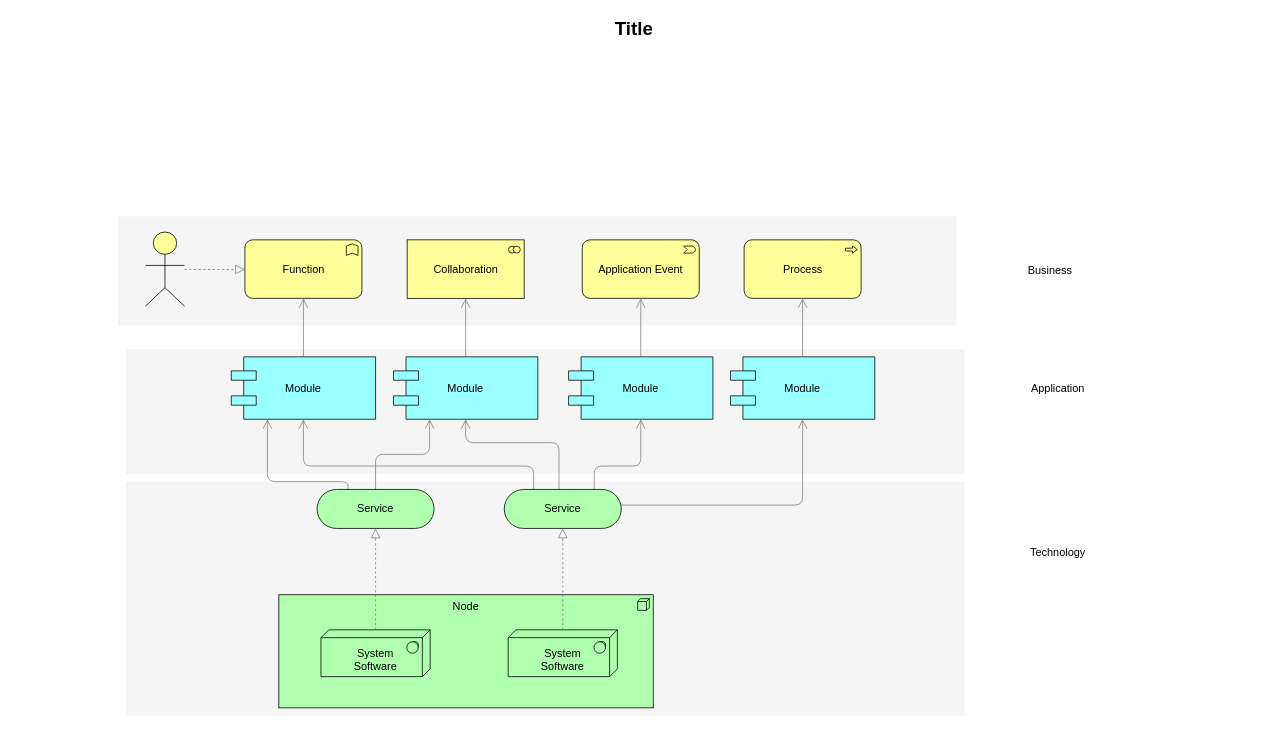
Above: 未命名绘图.drawio in kenllf/UML (draw.io), before the change. Source tidied: cells renumbered, new cells numbered last; positions are measured from the earlier drawing's top-left corner, leaving out a move shared by most shapes. Both pictures are drawn from the tidied source at 78%, with x=0, y=0 at pixel (13, 13).
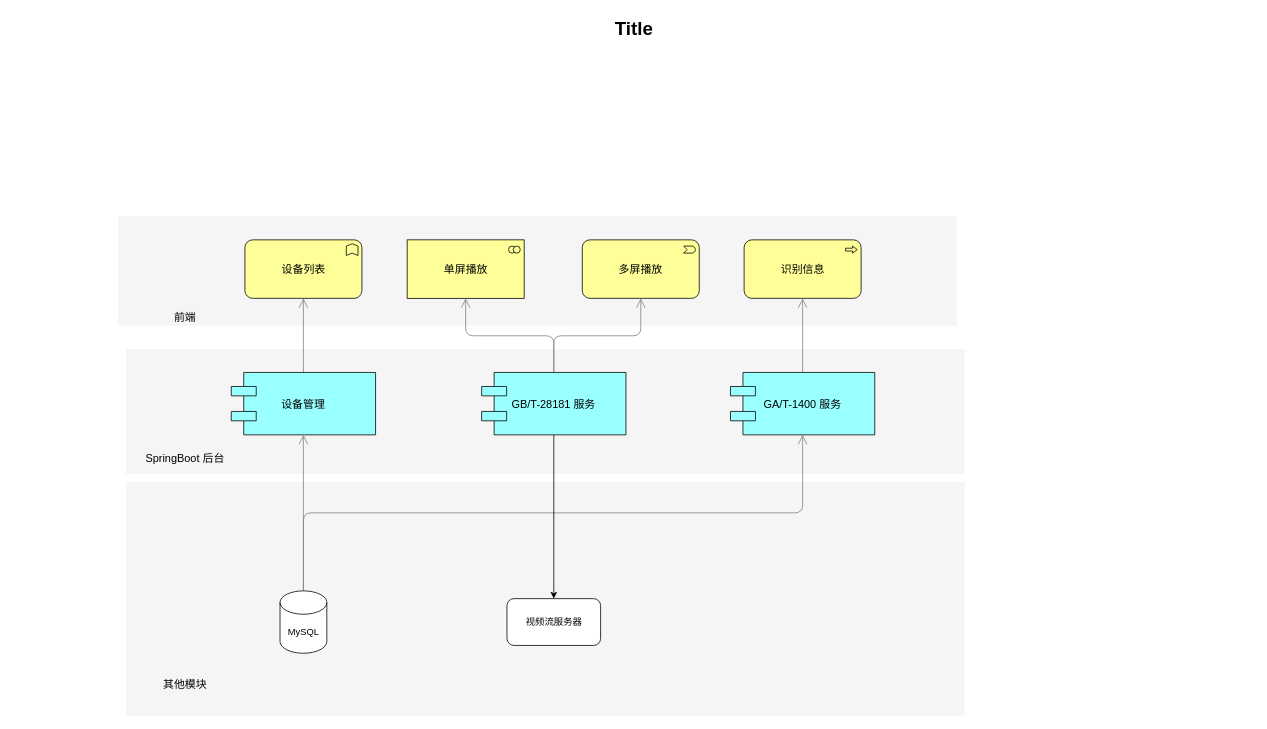
The same diagram, later.

Commit message:
更新未命名绘图.drawio

Diff of the diagram source:
```diff
@@
-    <mxCell id="5" value="Node" style="html=1;whiteSpace=wrap;fillColor=#AFFFAF;shape=mxgraph.archimate3.application;appType=node;archiType=square;fontSize=14;verticalAlign=top;" parent="1" vertex="1">
-      <mxGeometry x="340" y="745" width="480" height="145" as="geometry" />
-    </mxCell>
-    <mxCell id="6" style="edgeStyle=elbowEdgeStyle;rounded=1;elbow=vertical;html=1;startSize=10;endArrow=block;endFill=0;endSize=10;jettySize=auto;strokeColor=#808080;fontSize=14;dashed=1;" parent="1" edge="1" source="7" target="12">
-      <mxGeometry relative="1" as="geometry" />
-    </mxCell>
-    <mxCell id="7" value="&lt;div&gt;&lt;br&gt;&lt;/div&gt;System&lt;div&gt;Software&lt;/div&gt;" style="html=1;whiteSpace=wrap;fillColor=#AFFFAF;shape=mxgraph.archimate3.tech;techType=sysSw;fontSize=14;" parent="1" vertex="1">
-      <mxGeometry x="394" y="790" width="140" height="60" as="geometry" />
-    </mxCell>
-    <mxCell id="8" style="edgeStyle=elbowEdgeStyle;rounded=1;elbow=vertical;html=1;startSize=10;endArrow=block;endFill=0;endSize=10;jettySize=auto;strokeColor=#808080;fontSize=14;dashed=1;" parent="1" edge="1" source="9" target="17">
-      <mxGeometry relative="1" as="geometry" />
-    </mxCell>
-    <mxCell id="9" value="&lt;div&gt;&lt;br&gt;&lt;/div&gt;&lt;div&gt;&lt;span&gt;System&lt;/span&gt;&lt;div&gt;Software&lt;/div&gt;&lt;/div&gt;" style="html=1;whiteSpace=wrap;fillColor=#AFFFAF;shape=mxgraph.archimate3.tech;techType=sysSw;fontSize=14;" parent="1" vertex="1">
-      <mxGeometry x="634" y="790" width="140" height="60" as="geometry" />
-    </mxCell>
-    <mxCell id="10" style="edgeStyle=elbowEdgeStyle;rounded=1;elbow=vertical;html=1;startSize=10;endArrow=open;endFill=0;endSize=10;jettySize=auto;strokeColor=#808080;fontSize=14;entryX=0.25;entryY=1;" parent="1" edge="1" source="12" target="21">
-      <mxGeometry relative="1" as="geometry" />
-    </mxCell>
-    <mxCell id="11" style="edgeStyle=elbowEdgeStyle;rounded=1;elbow=vertical;html=1;startSize=10;endArrow=open;endFill=0;endSize=10;jettySize=auto;strokeColor=#808080;fontSize=14;entryX=0.25;entryY=1;exitX=0.265;exitY=0.007;exitPerimeter=0;" parent="1" edge="1" source="12" target="19">
-      <mxGeometry relative="1" as="geometry">
-        <Array as="points">
-          <mxPoint x="372" y="600" />
-        </Array>
-      </mxGeometry>
-    </mxCell>
-    <mxCell id="12" value="Service" style="html=1;whiteSpace=wrap;fillColor=#AFFFAF;shape=mxgraph.archimate3.service;fontSize=14;" parent="1" vertex="1">
-      <mxGeometry x="389" y="610" width="150" height="50" as="geometry" />
-    </mxCell>
-    <mxCell id="13" style="edgeStyle=elbowEdgeStyle;rounded=1;elbow=vertical;html=1;startSize=10;endArrow=open;endFill=0;endSize=10;jettySize=auto;strokeColor=#808080;fontSize=14;" parent="1" edge="1" source="17" target="25">
-      <mxGeometry relative="1" as="geometry">
-        <Array as="points">
-          <mxPoint x="859" y="630" />
-        </Array>
-      </mxGeometry>
+    <mxCell id="13" style="edgeStyle=elbowEdgeStyle;rounded=1;elbow=vertical;html=1;startSize=10;endArrow=open;endFill=0;endSize=10;jettySize=auto;strokeColor=#808080;fontSize=14;" parent="1" edge="1" source="38" target="25">
+      <mxGeometry relative="1" as="geometry" />
     </mxCell>
-    <mxCell id="14" style="edgeStyle=elbowEdgeStyle;rounded=1;elbow=vertical;html=1;startSize=10;endArrow=open;endFill=0;endSize=10;jettySize=auto;strokeColor=#808080;fontSize=14;entryX=0.5;entryY=1;exitX=0.769;exitY=0.025;exitPerimeter=0;" parent="1" edge="1" source="17" target="23">
-      <mxGeometry relative="1" as="geometry">
-        <Array as="points">
-          <mxPoint x="759" y="580" />
-        </Array>
-      </mxGeometry>
-    </mxCell>
-    <mxCell id="15" style="edgeStyle=elbowEdgeStyle;rounded=1;elbow=vertical;html=1;startSize=10;endArrow=open;endFill=0;endSize=10;jettySize=auto;strokeColor=#808080;fontSize=14;entryX=0.5;entryY=1;exitX=0.468;exitY=0.025;exitPerimeter=0;" parent="1" edge="1" source="17" target="21">
-      <mxGeometry relative="1" as="geometry">
-        <Array as="points">
-          <mxPoint x="649" y="550" />
-        </Array>
-      </mxGeometry>
-    </mxCell>
-    <mxCell id="16" style="edgeStyle=elbowEdgeStyle;rounded=1;elbow=vertical;html=1;startSize=10;endArrow=open;endFill=0;endSize=10;jettySize=auto;strokeColor=#808080;fontSize=14;exitX=0.251;exitY=0.002;exitPerimeter=0;" parent="1" edge="1" source="17" target="19">
-      <mxGeometry relative="1" as="geometry">
-        <Array as="points">
-          <mxPoint x="539" y="580" />
-        </Array>
-      </mxGeometry>
-    </mxCell>
-    <mxCell id="17" value="Service" style="html=1;whiteSpace=wrap;fillColor=#AFFFAF;shape=mxgraph.archimate3.service;fontSize=14;" parent="1" vertex="1">
-      <mxGeometry x="629" y="610" width="150" height="50" as="geometry" />
-    </mxCell>
@@
-    <mxCell id="19" value="Module" style="shape=component;align=center;fillColor=#99ffff;gradientColor=none;fontSize=14;" parent="1" vertex="1">
-      <mxGeometry x="279" y="440" width="185" height="80" as="geometry" />
+    <mxCell id="19" value="设备管理" style="shape=component;align=center;fillColor=#99ffff;gradientColor=none;fontSize=14;" parent="1" vertex="1">
+      <mxGeometry x="279" y="460" width="185" height="80" as="geometry" />
     </mxCell>
@@
+    <mxCell id="36" style="edgeStyle=orthogonalEdgeStyle;rounded=0;jettySize=auto;html=1;" parent="1" edge="1" source="21" target="39">
+      <mxGeometry relative="1" as="geometry" />
+    </mxCell>
-    <mxCell id="21" value="Module" style="shape=component;align=center;fillColor=#99ffff;gradientColor=none;fontSize=14;" parent="1" vertex="1">
-      <mxGeometry x="487" y="440" width="185" height="80" as="geometry" />
+    <mxCell id="21" value="GB/T-28181 服务" style="shape=component;align=center;fillColor=#99ffff;gradientColor=none;fontSize=14;" parent="1" vertex="1">
+      <mxGeometry x="600" y="460" width="185" height="80" as="geometry" />
     </mxCell>
-    <mxCell id="22" style="edgeStyle=elbowEdgeStyle;rounded=1;elbow=vertical;html=1;startSize=10;endArrow=open;endFill=0;endSize=10;jettySize=auto;strokeColor=#808080;fontSize=14;" parent="1" edge="1" source="23" target="28">
+    <mxCell id="22" style="edgeStyle=elbowEdgeStyle;rounded=1;elbow=vertical;html=1;startSize=10;endArrow=open;endFill=0;endSize=10;jettySize=auto;strokeColor=#808080;fontSize=14;exitX=0.5;exitY=0;exitDx=0;exitDy=0;" parent="1" edge="1" source="21" target="28">
       <mxGeometry relative="1" as="geometry" />
     </mxCell>
-    <mxCell id="23" value="Module" style="shape=component;align=center;fillColor=#99ffff;gradientColor=none;fontSize=14;" parent="1" vertex="1">
-      <mxGeometry x="711.5" y="440" width="185" height="80" as="geometry" />
-    </mxCell>
@@
-    <mxCell id="25" value="Module" style="shape=component;align=center;fillColor=#99ffff;gradientColor=none;fontSize=14;" parent="1" vertex="1">
-      <mxGeometry x="919" y="440" width="185" height="80" as="geometry" />
+    <mxCell id="25" value="GA/T-1400 服务" style="shape=component;align=center;fillColor=#99ffff;gradientColor=none;fontSize=14;" parent="1" vertex="1">
+      <mxGeometry x="919" y="460" width="185" height="80" as="geometry" />
     </mxCell>
-    <mxCell id="26" value="Function" style="html=1;whiteSpace=wrap;fillColor=#ffff99;shape=mxgraph.archimate3.application;appType=func;archiType=rounded;fontSize=14;" parent="1" vertex="1">
+    <mxCell id="26" value="设备列表" style="html=1;whiteSpace=wrap;fillColor=#ffff99;shape=mxgraph.archimate3.application;appType=func;archiType=rounded;fontSize=14;" parent="1" vertex="1">
       <mxGeometry x="296.5" y="290" width="150" height="75" as="geometry" />
     </mxCell>
-    <mxCell id="27" value="Collaboration" style="html=1;whiteSpace=wrap;fillColor=#ffff99;shape=mxgraph.archimate3.application;appType=collab;archiType=square;fontSize=14;" parent="1" vertex="1">
+    <mxCell id="27" value="单屏播放" style="html=1;whiteSpace=wrap;fillColor=#ffff99;shape=mxgraph.archimate3.application;appType=collab;archiType=square;fontSize=14;" parent="1" vertex="1">
       <mxGeometry x="504.5" y="290" width="150" height="75" as="geometry" />
     </mxCell>
-    <mxCell id="28" value="Application Event" style="html=1;whiteSpace=wrap;fillColor=#ffff99;shape=mxgraph.archimate3.application;appType=event;archiType=rounded;fontSize=14;" parent="1" vertex="1">
+    <mxCell id="28" value="多屏播放" style="html=1;whiteSpace=wrap;fillColor=#ffff99;shape=mxgraph.archimate3.application;appType=event;archiType=rounded;fontSize=14;" parent="1" vertex="1">
       <mxGeometry x="729" y="290" width="150" height="75" as="geometry" />
     </mxCell>
-    <mxCell id="29" value="Process" style="html=1;whiteSpace=wrap;fillColor=#ffff99;shape=mxgraph.archimate3.application;appType=proc;archiType=rounded;fontSize=14;" parent="1" vertex="1">
+    <mxCell id="29" value="识别信息" style="html=1;whiteSpace=wrap;fillColor=#ffff99;shape=mxgraph.archimate3.application;appType=proc;archiType=rounded;fontSize=14;" parent="1" vertex="1">
       <mxGeometry x="936.5" y="290" width="150" height="75" as="geometry" />
     </mxCell>
-    <mxCell id="30" value="Technology" style="text;html=1;strokeColor=none;fillColor=none;align=center;verticalAlign=middle;whiteSpace=wrap;fontSize=14;" parent="1" vertex="1">
-      <mxGeometry x="1219" y="681" width="240" height="20" as="geometry" />
+    <mxCell id="30" value="其他模块" style="text;html=1;strokeColor=none;fillColor=none;align=center;verticalAlign=middle;whiteSpace=wrap;fontSize=14;" parent="1" vertex="1">
+      <mxGeometry x="100" y="850" width="240" height="20" as="geometry" />
     </mxCell>
-    <mxCell id="31" value="Application" style="text;html=1;strokeColor=none;fillColor=none;align=center;verticalAlign=middle;whiteSpace=wrap;fontSize=14;" parent="1" vertex="1">
-      <mxGeometry x="1219" y="471" width="240" height="20" as="geometry" />
+    <mxCell id="31" value="SpringBoot 后台" style="text;html=1;strokeColor=none;fillColor=none;align=center;verticalAlign=middle;whiteSpace=wrap;fontSize=14;" parent="1" vertex="1">
+      <mxGeometry x="100" y="560" width="240" height="20" as="geometry" />
     </mxCell>
-    <mxCell id="32" value="Business" style="text;html=1;strokeColor=none;fillColor=none;align=center;verticalAlign=middle;whiteSpace=wrap;fontSize=14;" parent="1" vertex="1">
-      <mxGeometry x="1209" y="319" width="240" height="20" as="geometry" />
+    <mxCell id="32" value="前端" style="text;html=1;strokeColor=none;fillColor=none;align=center;verticalAlign=middle;whiteSpace=wrap;fontSize=14;" parent="1" vertex="1">
+      <mxGeometry x="100" y="380" width="240" height="20" as="geometry" />
     </mxCell>
-    <mxCell id="33" style="edgeStyle=elbowEdgeStyle;rounded=1;elbow=vertical;html=1;dashed=1;startSize=10;endArrow=block;endFill=0;endSize=10;jettySize=auto;strokeColor=#808080;fontSize=14;" parent="1" edge="1" source="34" target="26">
-      <mxGeometry relative="1" as="geometry" />
-    </mxCell>
-    <mxCell id="34" style="html=1;whiteSpace=wrap;fillColor=#ffff99;shape=mxgraph.archimate3.actor;fontSize=14;" parent="1" vertex="1">
-      <mxGeometry x="169" y="280" width="50" height="95" as="geometry" />
-    </mxCell>
@@
+    <mxCell id="37" style="edgeStyle=orthogonalEdgeStyle;rounded=1;jettySize=auto;html=1;endArrow=open;fontSize=14;strokeColor=#808080;startSize=10;endFill=0;endSize=10;" parent="1" edge="1" source="38" target="19">
+      <mxGeometry relative="1" as="geometry" />
+    </mxCell>
+    <mxCell id="38" value="MySQL" style="shape=cylinder3;whiteSpace=wrap;html=1;boundedLbl=1;backgroundOutline=1;size=15;" parent="1" vertex="1">
+      <mxGeometry x="341.5" y="740" width="60" height="80" as="geometry" />
+    </mxCell>
+    <mxCell id="39" value="视频流服务器" style="rounded=1;whiteSpace=wrap;html=1;" parent="1" vertex="1">
+      <mxGeometry x="632.5" y="750" width="120" height="60" as="geometry" />
+    </mxCell>
```
